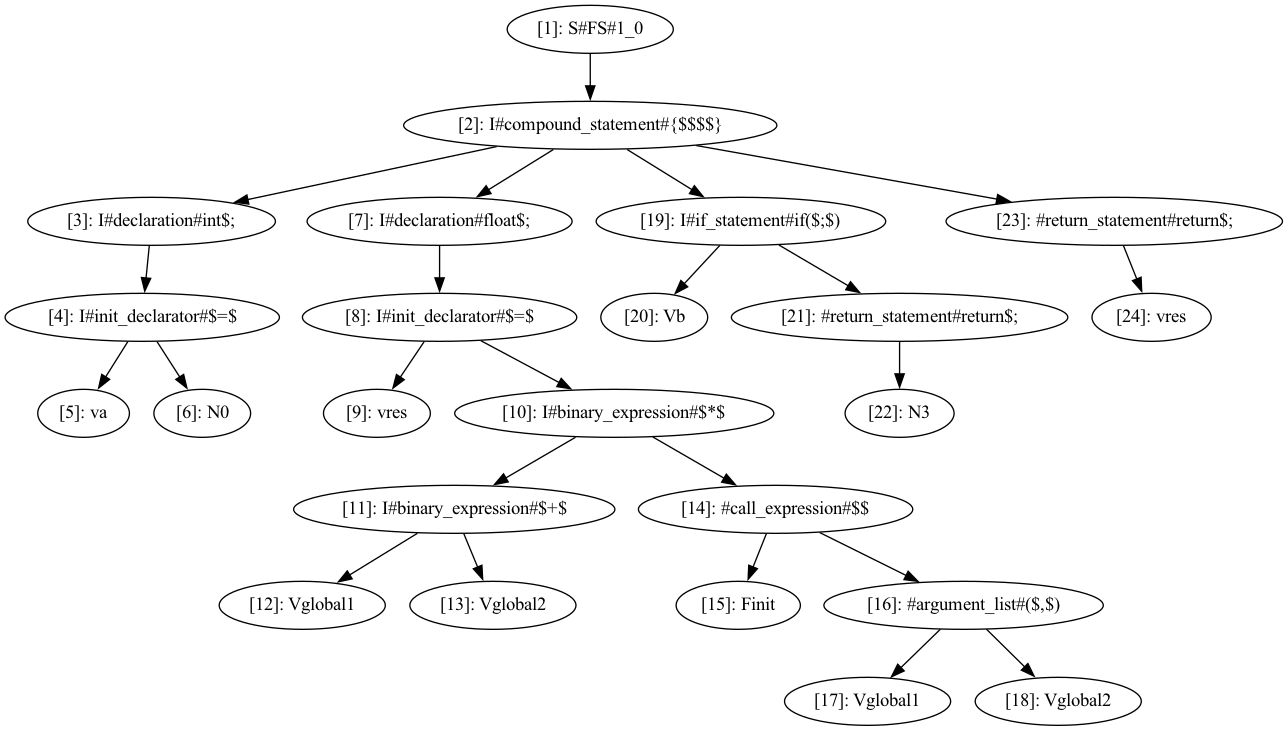
deryaerman/DIA-System-DS-Plagiarism-Checker-GIT keeps this Graphviz diagram as cass.png. Above is the earlier version. Its source is kept beside it as cass.dot.
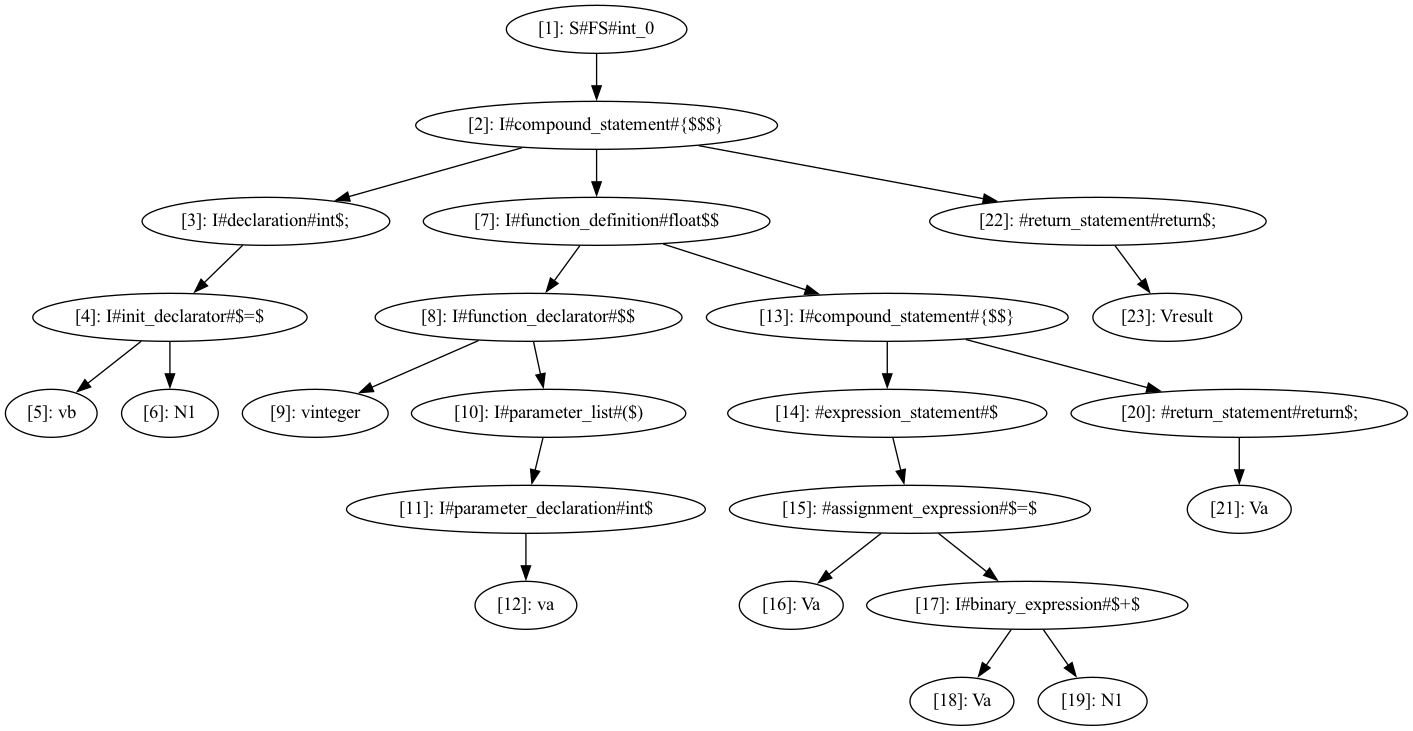
After the change.

Change to the diagram source:
```diff
@@ -1,29 +1,28 @@
 digraph CASS {
   node [shape=ellipse];
-  n1 [label="[1]: S#FS#1_0"];
-  n2 [label="[2]: I#compound_statement#{$$$$}"];
+  n1 [label="[1]: S#FS#int_0"];
+  n2 [label="[2]: I#compound_statement#{$$$}"];
   n3 [label="[3]: I#declaration#int$;"];
   n4 [label="[4]: I#init_declarator#$=$"];
-  n5 [label="[5]: va"];
-  n6 [label="[6]: N0"];
-  n7 [label="[7]: I#declaration#float$;"];
-  n8 [label="[8]: I#init_declarator#$=$"];
-  n9 [label="[9]: vres"];
-  n10 [label="[10]: I#binary_expression#$*$"];
-  n11 [label="[11]: I#binary_expression#$+$"];
-  n12 [label="[12]: Vglobal1"];
-  n13 [label="[13]: Vglobal2"];
-  n14 [label="[14]: #call_expression#$$"];
-  n15 [label="[15]: Finit"];
-  n16 [label="[16]: #argument_list#($,$)"];
-  n17 [label="[17]: Vglobal1"];
-  n18 [label="[18]: Vglobal2"];
-  n19 [label="[19]: I#if_statement#if($;$)"];
-  n20 [label="[20]: Vb"];
-  n21 [label="[21]: #return_statement#return$;"];
-  n22 [label="[22]: N3"];
-  n23 [label="[23]: #return_statement#return$;"];
-  n24 [label="[24]: vres"];
+  n5 [label="[5]: vb"];
+  n6 [label="[6]: N1"];
+  n7 [label="[7]: I#function_definition#float$$"];
+  n8 [label="[8]: I#function_declarator#$$"];
+  n9 [label="[9]: vinteger"];
+  n10 [label="[10]: I#parameter_list#($)"];
+  n11 [label="[11]: I#parameter_declaration#int$"];
+  n12 [label="[12]: va"];
+  n13 [label="[13]: I#compound_statement#{$$}"];
+  n14 [label="[14]: #expression_statement#$"];
+  n15 [label="[15]: #assignment_expression#$=$"];
+  n16 [label="[16]: Va"];
+  n17 [label="[17]: I#binary_expression#$+$"];
+  n18 [label="[18]: Va"];
+  n19 [label="[19]: N1"];
+  n20 [label="[20]: #return_statement#return$;"];
+  n21 [label="[21]: Va"];
+  n22 [label="[22]: #return_statement#return$;"];
+  n23 [label="[23]: Vresult"];
   n1 -> n2;
   n2 -> n3;
   n3 -> n4;
@@ -35,16 +34,15 @@
   n8 -> n10;
   n10 -> n11;
   n11 -> n12;
-  n11 -> n13;
-  n10 -> n14;
+  n7 -> n13;
+  n13 -> n14;
   n14 -> n15;
-  n14 -> n16;
-  n16 -> n17;
-  n16 -> n18;
-  n2 -> n19;
-  n19 -> n20;
-  n19 -> n21;
-  n21 -> n22;
-  n2 -> n23;
-  n23 -> n24;
+  n15 -> n16;
+  n15 -> n17;
+  n17 -> n18;
+  n17 -> n19;
+  n13 -> n20;
+  n20 -> n21;
+  n2 -> n22;
+  n22 -> n23;
 }
```
